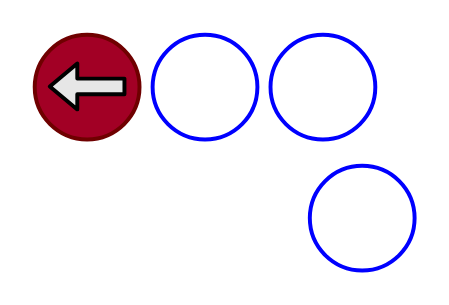
Above: StreetFighter6/images/m_4__.drawio in yamasdais/notebook (draw.io), before the change. Source tidied: cells renumbered, new cells numbered last; positions are measured from the earlier drawing's top-left corner, leaving out a move shared by most shapes. Both pictures are drawn from the tidied source at 131%, with x=0, y=0 at pixel (34, 34).
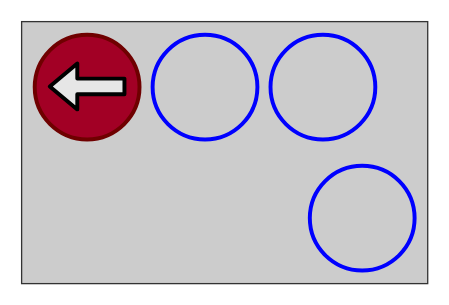
Above is the later version.

The edit, as a diff of the source:
```diff
@@
 <mxGraphModel>
   <root>
     <mxCell id="0" />
     <mxCell id="1" parent="0" />
+    <mxCell id="11" style="rounded=0;whiteSpace=wrap;html=1;fillColor=#CCCCCC;strokeColor=#333333;" parent="1" vertex="1">
+      <mxGeometry x="-10" y="-10" width="310" height="200" as="geometry" />
+    </mxCell>
     <mxCell id="2" style="group;" parent="1" vertex="1">
       <mxGeometry width="80" height="80" as="geometry" />
     </mxCell>
     <mxCell id="3" style="ellipse;whiteSpace=wrap;html=1;strokeWidth=3;fillColor=#a20025;fontColor=#ffffff;strokeColor=#6F0000;" parent="2" vertex="1">
       <mxGeometry width="80" height="80" as="geometry" />
     </mxCell>
     <mxCell id="4" style="shape=flexArrow;endArrow=classic;html=1;strokeWidth=3;strokeColor=default;fillColor=#E6E6E6;" parent="2" edge="1">
       <mxGeometry relative="1" as="geometry">
         <mxPoint x="70" y="39.5" as="sourcePoint" />
         <mxPoint x="10" y="39.5" as="targetPoint" />
       </mxGeometry>
     </mxCell>
     <mxCell id="5" style="group;rotation=-180;" parent="1" vertex="1">
       <mxGeometry x="180" width="80" height="80" as="geometry" />
     </mxCell>
     <mxCell id="6" style="ellipse;whiteSpace=wrap;html=1;strokeWidth=3;fillColor=none;strokeColor=#0000FF;" parent="5" vertex="1">
       <mxGeometry width="80" height="80" as="geometry" />
     </mxCell>
     <mxCell id="7" style="group;rotation=-90;" parent="1" vertex="1">
       <mxGeometry x="90" width="80" height="80" as="geometry" />
     </mxCell>
     <mxCell id="8" style="ellipse;whiteSpace=wrap;html=1;strokeWidth=3;fillColor=none;strokeColor=#0000FF;" parent="7" vertex="1">
       <mxGeometry width="80" height="80" as="geometry" />
     </mxCell>
     <mxCell id="9" style="group;rotation=-180;" parent="1" vertex="1">
       <mxGeometry x="210" y="100" width="80" height="80" as="geometry" />
     </mxCell>
     <mxCell id="10" style="ellipse;whiteSpace=wrap;html=1;strokeWidth=3;fillColor=none;strokeColor=#0000FF;" parent="9" vertex="1">
       <mxGeometry width="80" height="80" as="geometry" />
     </mxCell>
   </root>
 </mxGraphModel>
```
